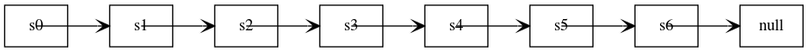
Earlier version of the Graphviz export scoreBoard.png (Renato776/EDD_1S2019_P1_201709244). Its source is kept beside it as scoreBoard.dot.
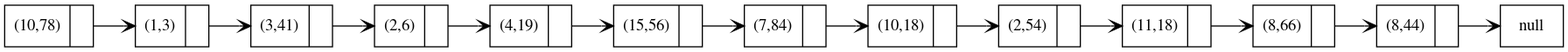
The same diagram one commit later.

Diff of the diagram source:
```diff
@@ -1,24 +1,26 @@
 digraph foo { rankdir=LR; node [shape=record];n2[label = "null"]
-s0[label="{ <data> (5,12) | <ref>  }"];
+s0[label="{ <data> (10,78) | <ref>  }"];
 s0:ref -> s1 [arrowhead=vee, tailclip=false, arrowtail = vee];
-s1[label="{ <data> (5,7) | <ref>  }"];
+s1[label="{ <data> (1,3) | <ref>  }"];
 s1:ref -> s2 [arrowhead=vee, tailclip=false, arrowtail = vee];
-s2[label="{ <data> (2,32) | <ref>  }"];
+s2[label="{ <data> (3,41) | <ref>  }"];
 s2:ref -> s3 [arrowhead=vee, tailclip=false, arrowtail = vee];
-s3[label="{ <data> (6,83) | <ref>  }"];
+s3[label="{ <data> (2,6) | <ref>  }"];
 s3:ref -> s4 [arrowhead=vee, tailclip=false, arrowtail = vee];
-s4[label="{ <data> (3,71) | <ref>  }"];
+s4[label="{ <data> (4,19) | <ref>  }"];
 s4:ref -> s5 [arrowhead=vee, tailclip=false, arrowtail = vee];
-s5[label="{ <data> (11,33) | <ref>  }"];
+s5[label="{ <data> (15,56) | <ref>  }"];
 s5:ref -> s6 [arrowhead=vee, tailclip=false, arrowtail = vee];
-s6[label="{ <data> (7,9) | <ref>  }"];
+s6[label="{ <data> (7,84) | <ref>  }"];
 s6:ref -> s7 [arrowhead=vee, tailclip=false, arrowtail = vee];
-s7[label="{ <data> (7,79) | <ref>  }"];
+s7[label="{ <data> (10,18) | <ref>  }"];
 s7:ref -> s8 [arrowhead=vee, tailclip=false, arrowtail = vee];
-s8[label="{ <data> (1,72) | <ref>  }"];
+s8[label="{ <data> (2,54) | <ref>  }"];
 s8:ref -> s9 [arrowhead=vee, tailclip=false, arrowtail = vee];
-s9[label="{ <data> (8,37) | <ref>  }"];
+s9[label="{ <data> (11,18) | <ref>  }"];
 s9:ref -> s10 [arrowhead=vee, tailclip=false, arrowtail = vee];
-s10[label="{ <data> (8,44) | <ref>  }"];
-s10:ref -> n2      [arrowhead=vee, tailclip=false,arrowtail = vee];
+s10[label="{ <data> (8,66) | <ref>  }"];
+s10:ref -> s11 [arrowhead=vee, tailclip=false, arrowtail = vee];
+s11[label="{ <data> (8,44) | <ref>  }"];
+s11:ref -> n2      [arrowhead=vee, tailclip=false,arrowtail = vee];
 }
```
